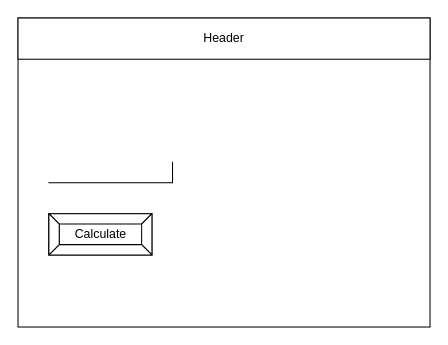
Before: design/story-board.drawio in Alex-Nelson-1/ICS2O-ASSIGNMENT-6-API, a draw.io diagram. Source tidied: cells renumbered, new cells numbered last; positions are measured from the earlier drawing's top-left corner, leaving out a move shared by most shapes. Both pictures are drawn from the tidied source at 103%, with x=0, y=0 at pixel (18, 18).
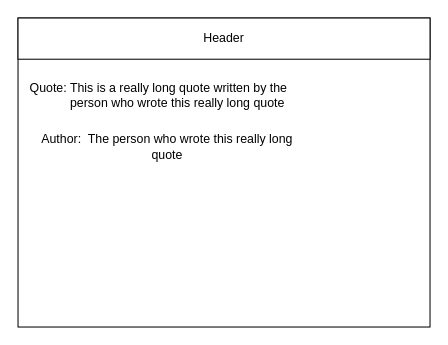
Above is the later version.

Change to the diagram source:
```diff
@@
 <mxGraphModel>
   <root>
     <mxCell id="0" />
     <mxCell id="1" parent="0" />
     <mxCell id="2" style="rounded=0;whiteSpace=wrap;html=1;" parent="1" vertex="1">
       <mxGeometry width="400" height="300" as="geometry" />
     </mxCell>
     <mxCell id="3" value="Header" style="rounded=0;whiteSpace=wrap;html=1;" parent="1" vertex="1">
       <mxGeometry width="400" height="40" as="geometry" />
     </mxCell>
-    <mxCell id="4" style="shape=partialRectangle;whiteSpace=wrap;html=1;top=0;left=0;fillColor=none;" parent="1" vertex="1">
-      <mxGeometry x="30" y="140" width="120" height="20" as="geometry" />
-    </mxCell>
-    <mxCell id="5" value="Calculate" style="labelPosition=center;verticalLabelPosition=middle;align=center;html=1;shape=mxgraph.basic.button;dx=10;" parent="1" vertex="1">
-      <mxGeometry x="30" y="190" width="100" height="40" as="geometry" />
+    <mxCell id="5" value="Quote: This is a really long quote written by the&amp;nbsp; &amp;nbsp; &amp;nbsp; &amp;nbsp; &amp;nbsp; &amp;nbsp; person who wrote this really long quote" style="text;html=1;strokeColor=none;fillColor=none;align=center;verticalAlign=middle;whiteSpace=wrap;rounded=0;" parent="1" vertex="1">
+      <mxGeometry x="10" y="60" width="270" height="30" as="geometry" />
     </mxCell>
+    <mxCell id="6" value="Author:&amp;nbsp; The person who wrote this really long quote" style="text;html=1;strokeColor=none;fillColor=none;align=center;verticalAlign=middle;whiteSpace=wrap;rounded=0;" parent="1" vertex="1">
+      <mxGeometry x="10" y="110" width="270" height="30" as="geometry" />
+    </mxCell>
   </root>
 </mxGraphModel>
```
